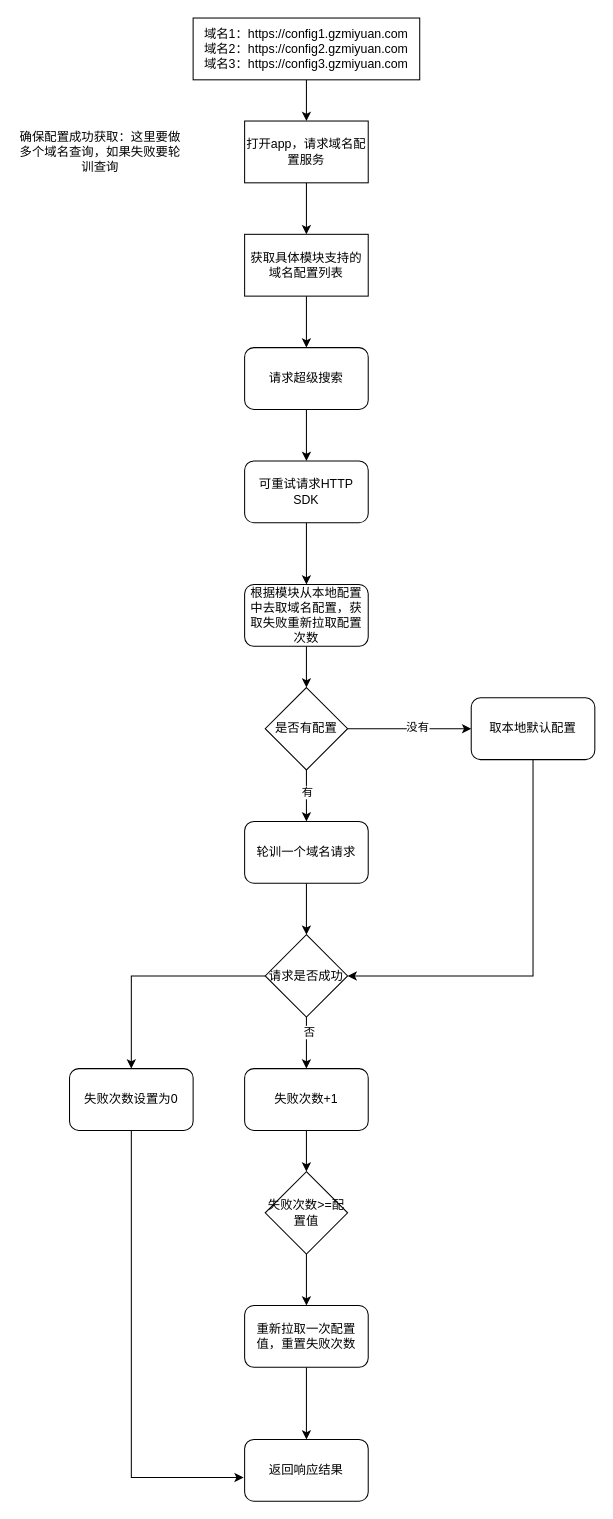
Above: page "第 4 页" (4 of 4) of 用户维度获取主备域名.drawio in smallleaf/draw.io (draw.io), before the change. Source tidied: cells renumbered, new cells numbered last; positions are measured from the earlier drawing's top-left corner, leaving out a move shared by most shapes. Both pictures are drawn from the tidied source at 103%, with x=0, y=0 at pixel (18, 18).
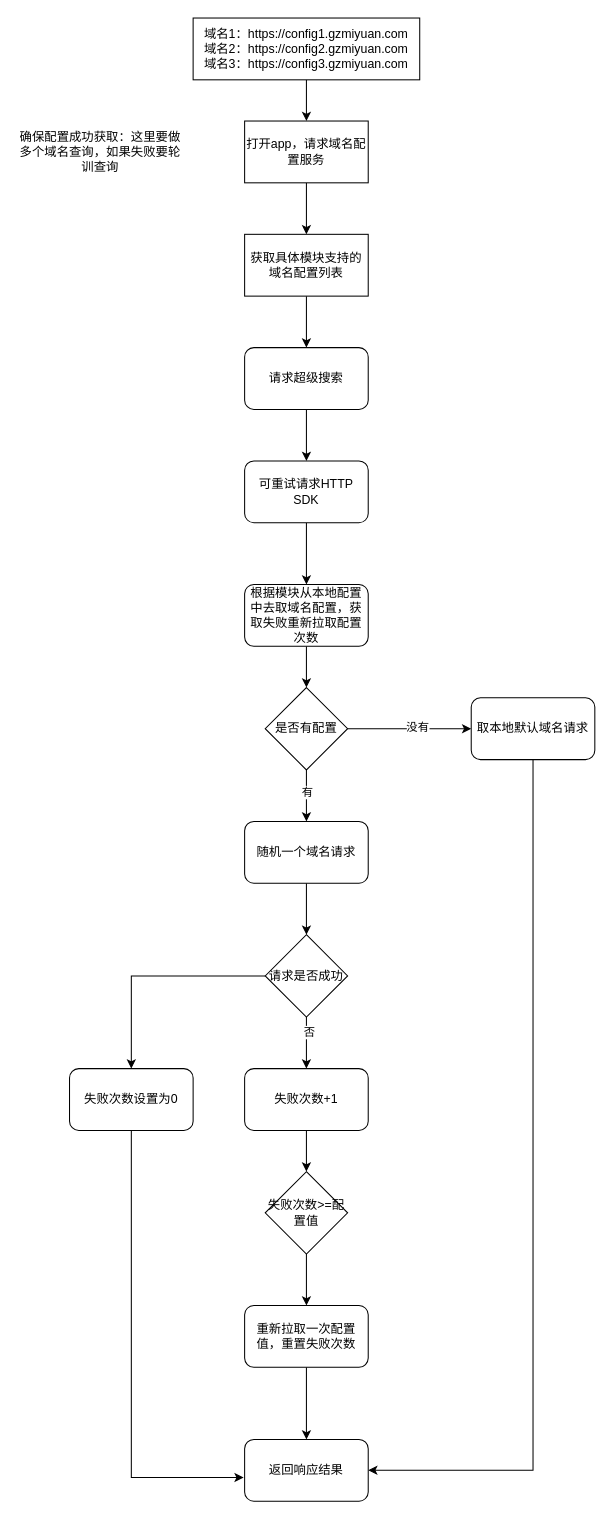
The same page after the edit.

Commit message (it also covers changes not shown here):
更新用户维度获取主备域名.drawio

The change refers to these unchanged cells:
```xml
<mxCell id="24" value="请求是否成功" style="rhombus;whiteSpace=wrap;html=1;" parent="1" vertex="1">
  <mxGeometry x="240" y="890" width="80" height="80" as="geometry" />
</mxCell>
<mxCell id="35" value="返回响应结果" style="rounded=1;whiteSpace=wrap;html=1;" parent="1" vertex="1">
  <mxGeometry x="220" y="1380" width="120" height="60" as="geometry" />
</mxCell>
```

The edit, as a diff of the source:
```diff
@@
-    <mxCell id="20" value="轮训一个域名请求" style="rounded=1;whiteSpace=wrap;html=1;" parent="1" vertex="1">
+    <mxCell id="20" value="随机一个域名请求" style="rounded=1;whiteSpace=wrap;html=1;" parent="1" vertex="1">
       <mxGeometry x="220" y="780" width="120" height="60" as="geometry" />
     </mxCell>
@@
-    <mxCell id="26" style="edgeStyle=orthogonalEdgeStyle;rounded=0;jettySize=auto;html=1;exitX=0.5;exitY=1;exitDx=0;exitDy=0;entryX=1;entryY=0.5;entryDx=0;entryDy=0;" parent="1" edge="1" source="27" target="24">
-      <mxGeometry relative="1" as="geometry" />
-    </mxCell>
+    <mxCell id="37" style="edgeStyle=orthogonalEdgeStyle;rounded=0;jettySize=auto;html=1;exitX=0.5;exitY=1;exitDx=0;exitDy=0;entryX=1;entryY=0.5;entryDx=0;entryDy=0;" parent="1" edge="1" source="27" target="35">
+      <mxGeometry relative="1" as="geometry" />
+    </mxCell>
-    <mxCell id="27" value="取本地默认配置" style="rounded=1;whiteSpace=wrap;html=1;" parent="1" vertex="1">
+    <mxCell id="27" value="取本地默认域名请求" style="rounded=1;whiteSpace=wrap;html=1;" parent="1" vertex="1">
       <mxGeometry x="440" y="660" width="120" height="60" as="geometry" />
     </mxCell>
```
